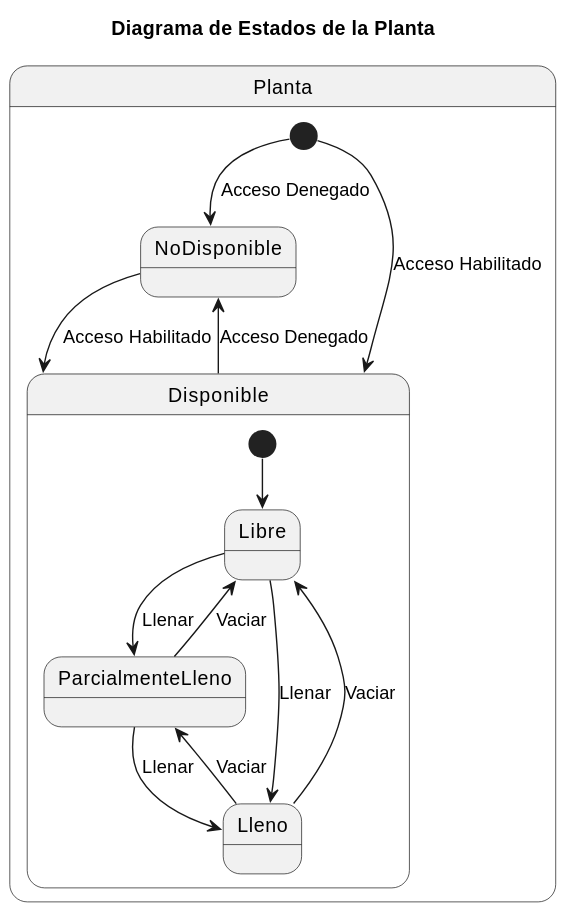
This is docs/Modelo_de_Dominio/Diagramas_de_Estados/Planta/Diagrama_de_Estados.svg from mmasias/23-24-IdSw2-SDD, a PlantUML export, as it was before one commit. The source it was exported from:
```plantuml
@startuml Diagrama_de_Estados

title Diagrama de Estados de la Planta

skinparam {
    NoteBackgroundColor #whiteSmoke
}

hide empty members

state Planta {

    [*] --> Disponible : Acceso Habilitado
    [*] --> NoDisponible : Acceso Denegado
    Disponible --> NoDisponible : Acceso Denegado
    NoDisponible --> Disponible : Acceso Habilitado

    state Disponible {
        [*] --> Libre
        Libre --> ParcialmenteLleno : Llenar
        Libre --> Lleno : Llenar
        ParcialmenteLleno --> Lleno : Llenar
        Lleno --> Libre : Vaciar
        Lleno --> ParcialmenteLleno : Vaciar
        ParcialmenteLleno --> Libre : Vaciar
    }
}

@enduml
```
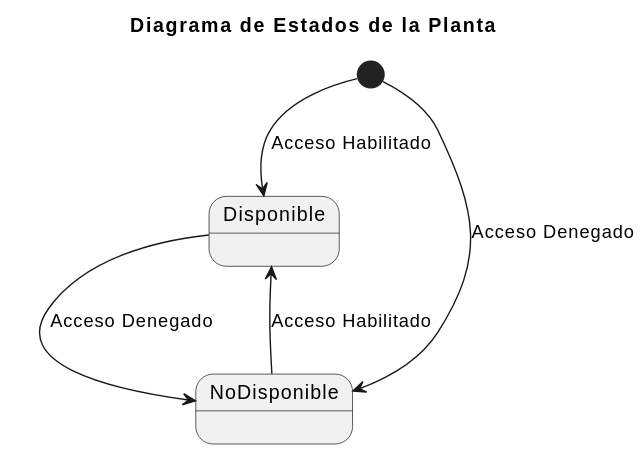
Above is the later version.

Commit message:
Actualizar diagramas de estados de Planta y Edificio

Change to the diagram source:
```diff
@@ -8,22 +8,9 @@
 
 hide empty members
 
-state Planta {
-
-    [*] --> Disponible : Acceso Habilitado
-    [*] --> NoDisponible : Acceso Denegado
-    Disponible --> NoDisponible : Acceso Denegado
-    NoDisponible --> Disponible : Acceso Habilitado
-
-    state Disponible {
-        [*] --> Libre
-        Libre --> ParcialmenteLleno : Llenar
-        Libre --> Lleno : Llenar
-        ParcialmenteLleno --> Lleno : Llenar
-        Lleno --> Libre : Vaciar
-        Lleno --> ParcialmenteLleno : Vaciar
-        ParcialmenteLleno --> Libre : Vaciar
-    }
-}
+[*] --> Disponible : Acceso Habilitado
+[*] --> NoDisponible : Acceso Denegado
+Disponible --> NoDisponible : Acceso Denegado
+NoDisponible --> Disponible : Acceso Habilitado
 
 @enduml
```
